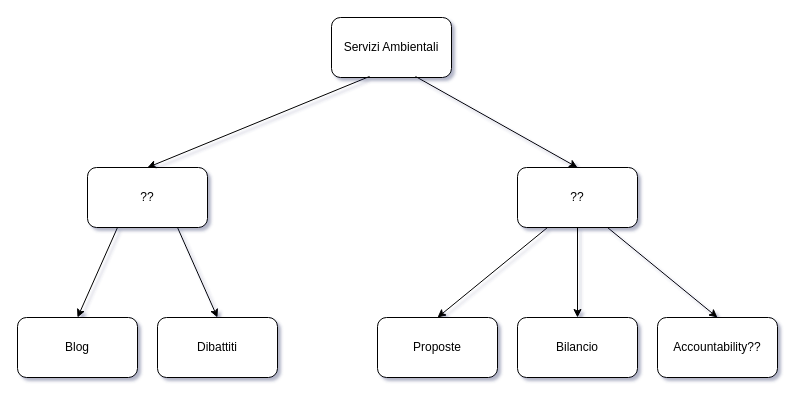
antongiacomo/Slide-CDT keeps this draw.io diagram as Diagramma.drawio. Above is the earlier version. Source tidied: cells renumbered, new cells numbered last; positions are measured from the earlier drawing's top-left corner, leaving out a move shared by most shapes. Both pictures are drawn from the tidied source at 100%, with x=0, y=0 at pixel (17, 17).
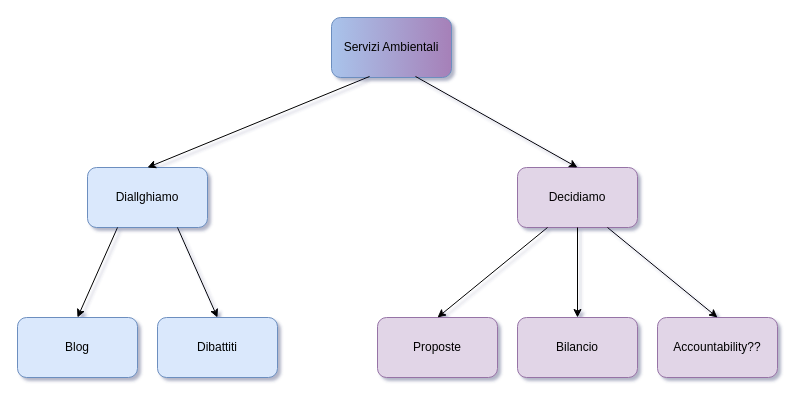
The same page after the edit.

Change to the diagram source:
```diff
@@
 <mxGraphModel shadow="1">
   <root>
     <mxCell id="0" />
     <mxCell id="1" parent="0" />
-    <mxCell id="2" value="Servizi Ambientali" style="rounded=1;whiteSpace=wrap;html=1;" parent="1" vertex="1">
+    <mxCell id="2" value="Servizi Ambientali" style="rounded=1;whiteSpace=wrap;html=1;strokeColor=#6c8ebf;gradientDirection=east;fillColor=#A9C4EB;gradientColor=#A680B8;" parent="1" vertex="1">
       <mxGeometry x="314" width="120" height="60" as="geometry" />
     </mxCell>
-    <mxCell id="3" value="??" style="rounded=1;whiteSpace=wrap;html=1;" parent="1" vertex="1">
+    <mxCell id="3" value="Decidiamo" style="rounded=1;whiteSpace=wrap;html=1;fillColor=#e1d5e7;strokeColor=#9673a6;" parent="1" vertex="1">
       <mxGeometry x="500" y="150" width="120" height="60" as="geometry" />
     </mxCell>
-    <mxCell id="4" value="??" style="rounded=1;whiteSpace=wrap;html=1;" parent="1" vertex="1">
+    <mxCell id="4" value="Diallghiamo" style="rounded=1;whiteSpace=wrap;html=1;fillColor=#dae8fc;strokeColor=#6c8ebf;" parent="1" vertex="1">
       <mxGeometry x="70" y="150" width="120" height="60" as="geometry" />
     </mxCell>
-    <mxCell id="5" value="Dibattiti" style="rounded=1;whiteSpace=wrap;html=1;" parent="1" vertex="1">
+    <mxCell id="5" value="Dibattiti" style="rounded=1;whiteSpace=wrap;html=1;fillColor=#dae8fc;strokeColor=#6c8ebf;" parent="1" vertex="1">
       <mxGeometry x="140" y="300" width="120" height="60" as="geometry" />
     </mxCell>
-    <mxCell id="6" value="Blog" style="rounded=1;whiteSpace=wrap;html=1;" parent="1" vertex="1">
+    <mxCell id="6" value="Blog" style="rounded=1;whiteSpace=wrap;html=1;fillColor=#dae8fc;strokeColor=#6c8ebf;" parent="1" vertex="1">
       <mxGeometry y="300" width="120" height="60" as="geometry" />
     </mxCell>
-    <mxCell id="7" value="Accountability??" style="rounded=1;whiteSpace=wrap;html=1;" parent="1" vertex="1">
+    <mxCell id="7" value="Accountability??" style="rounded=1;whiteSpace=wrap;html=1;fillColor=#e1d5e7;strokeColor=#9673a6;" parent="1" vertex="1">
       <mxGeometry x="640" y="300" width="120" height="60" as="geometry" />
     </mxCell>
-    <mxCell id="8" value="Bilancio" style="rounded=1;whiteSpace=wrap;html=1;" parent="1" vertex="1">
+    <mxCell id="8" value="Bilancio" style="rounded=1;whiteSpace=wrap;html=1;fillColor=#e1d5e7;strokeColor=#9673a6;" parent="1" vertex="1">
       <mxGeometry x="500" y="300" width="120" height="60" as="geometry" />
     </mxCell>
-    <mxCell id="9" value="Proposte" style="rounded=1;whiteSpace=wrap;html=1;" parent="1" vertex="1">
+    <mxCell id="9" value="Proposte" style="rounded=1;whiteSpace=wrap;html=1;fillColor=#e1d5e7;strokeColor=#9673a6;" parent="1" vertex="1">
       <mxGeometry x="360" y="300" width="120" height="60" as="geometry" />
     </mxCell>
     <mxCell id="10" style="endArrow=classic;html=1;exitX=0.317;exitY=0.983;exitDx=0;exitDy=0;exitPerimeter=0;entryX=0.5;entryY=0;entryDx=0;entryDy=0;" parent="1" edge="1" source="2" target="4">
       <mxGeometry relative="1" as="geometry" />
     </mxCell>
     <mxCell id="11" style="endArrow=classic;html=1;exitX=0.7;exitY=0.983;exitDx=0;exitDy=0;exitPerimeter=0;entryX=0.5;entryY=0;entryDx=0;entryDy=0;" parent="1" edge="1" source="2" target="3">
       <mxGeometry relative="1" as="geometry" />
     </mxCell>
     <mxCell id="12" style="endArrow=classic;html=1;exitX=0.25;exitY=1;exitDx=0;exitDy=0;entryX=0.5;entryY=0;entryDx=0;entryDy=0;" parent="1" edge="1" source="4" target="6">
       <mxGeometry relative="1" as="geometry" />
     </mxCell>
     <mxCell id="13" style="endArrow=classic;html=1;exitX=0.75;exitY=1;exitDx=0;exitDy=0;entryX=0.5;entryY=0;entryDx=0;entryDy=0;" parent="1" edge="1" source="4" target="5">
       <mxGeometry relative="1" as="geometry" />
     </mxCell>
     <mxCell id="14" style="endArrow=classic;html=1;exitX=0.25;exitY=1;exitDx=0;exitDy=0;entryX=0.5;entryY=0;entryDx=0;entryDy=0;" parent="1" edge="1" source="3" target="9">
       <mxGeometry relative="1" as="geometry" />
     </mxCell>
     <mxCell id="15" style="endArrow=classic;html=1;exitX=0.5;exitY=1;exitDx=0;exitDy=0;entryX=0.5;entryY=0;entryDx=0;entryDy=0;" parent="1" edge="1" source="3" target="8">
       <mxGeometry relative="1" as="geometry" />
     </mxCell>
     <mxCell id="16" style="endArrow=classic;html=1;exitX=0.75;exitY=1;exitDx=0;exitDy=0;entryX=0.5;entryY=0;entryDx=0;entryDy=0;" parent="1" edge="1" source="3" target="7">
       <mxGeometry relative="1" as="geometry" />
     </mxCell>
   </root>
 </mxGraphModel>
```
